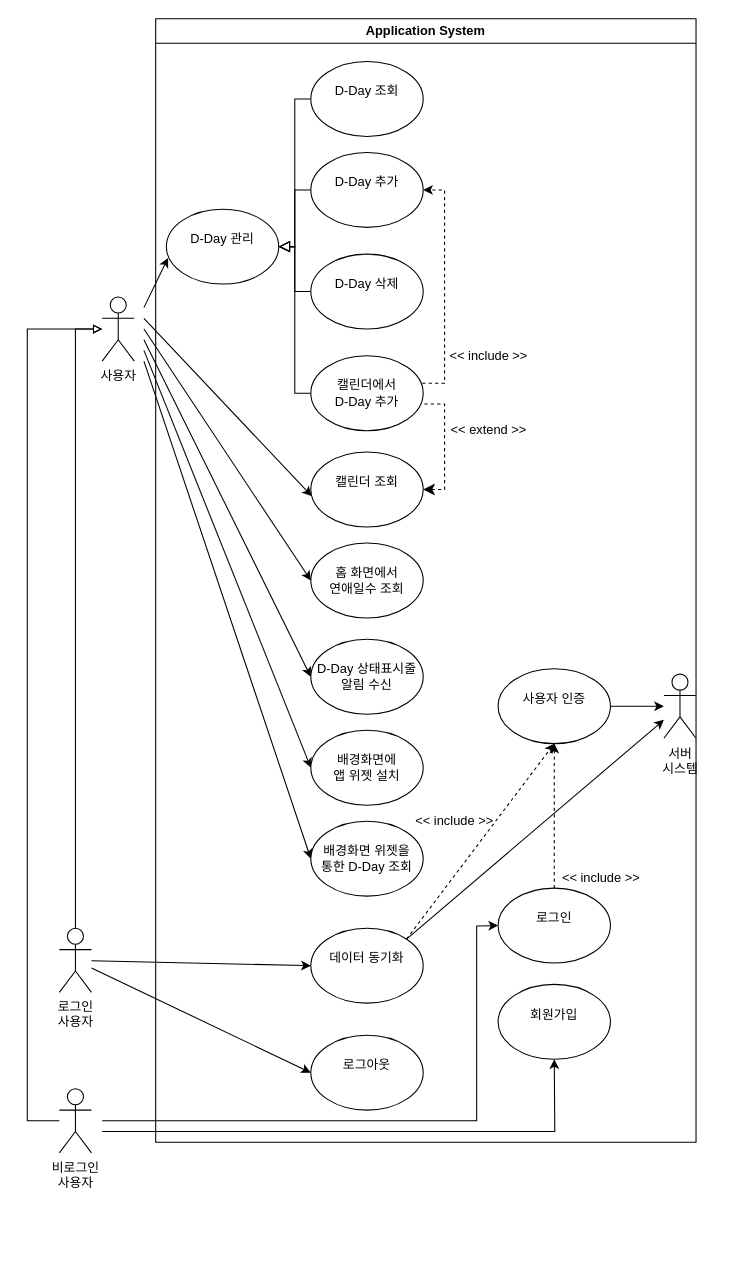
Above: use case diagram.drawio in baechuTree/softwareEngineering (draw.io), before the change. Source tidied: cells renumbered, new cells numbered last; positions are measured from the earlier drawing's top-left corner, leaving out a move shared by most shapes. Both pictures are drawn from the tidied source at 107%, with x=0, y=0 at pixel (27, 18).
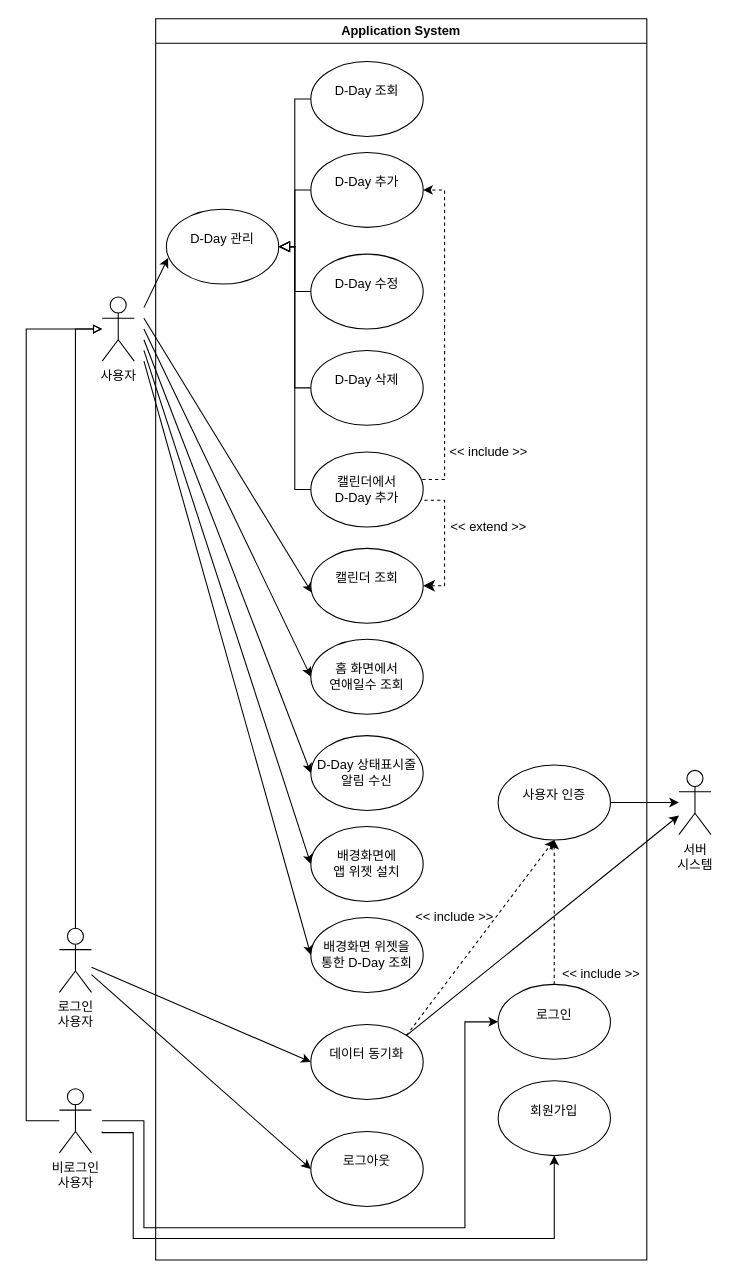
The same diagram, later.

Unchanged cells that the change refers to:
```xml
<mxCell id="2" value="&lt;div&gt;사용자&lt;/div&gt;" style="shape=umlActor;verticalLabelPosition=bottom;verticalAlign=top;html=1;outlineConnect=0;" parent="1" vertex="1">
  <mxGeometry x="70" y="260" width="30" height="60" as="geometry" />
</mxCell>
<mxCell id="6" value="&lt;div&gt;&lt;br&gt;&lt;/div&gt;&lt;div&gt;&lt;span style=&quot;background-color: transparent; color: light-dark(rgb(0, 0, 0), rgb(255, 255, 255));&quot;&gt;D-Day 관리&lt;/span&gt;&lt;/div&gt;" style="ellipse;whiteSpace=wrap;html=1;verticalAlign=top;align=center;" parent="4" vertex="1">
  <mxGeometry x="10" y="178" width="105" height="70" as="geometry" />
</mxCell>
<mxCell id="13" value="&lt;div&gt;&lt;br&gt;&lt;/div&gt;&lt;div&gt;&lt;span style=&quot;background-color: transparent; color: light-dark(rgb(0, 0, 0), rgb(255, 255, 255));&quot;&gt;D-Day 추가&lt;/span&gt;&lt;/div&gt;" style="ellipse;whiteSpace=wrap;html=1;verticalAlign=top;align=center;" parent="4" vertex="1">
  <mxGeometry x="145" y="125" width="105" height="70" as="geometry" />
</mxCell>
<mxCell id="19" value="비로그인&lt;div&gt;사용자&lt;/div&gt;" style="shape=umlActor;verticalLabelPosition=bottom;verticalAlign=top;html=1;outlineConnect=0;direction=east;" parent="4" vertex="1">
  <mxGeometry x="-90" y="1000" width="30" height="60" as="geometry" />
</mxCell>
<mxCell id="36" value="&lt;div&gt;로그인&lt;/div&gt;&lt;div&gt;사용자&lt;/div&gt;" style="shape=umlActor;verticalLabelPosition=bottom;verticalAlign=top;html=1;outlineConnect=0;" parent="4" vertex="1">
  <mxGeometry x="-90" y="850" width="30" height="60" as="geometry" />
</mxCell>
```

What changed in the source:
```diff
@@
     <mxCell id="4" value="Application System" style="swimlane;whiteSpace=wrap;html=1;" parent="1" vertex="1">
-      <mxGeometry x="120" width="505" height="1050" as="geometry" />
+      <mxGeometry x="120" width="459" height="1160" as="geometry" />
     </mxCell>
     <mxCell id="5" value="&amp;lt;&amp;lt; extend &amp;gt;&amp;gt;" style="text;html=1;align=center;verticalAlign=middle;strokeColor=none;fillColor=none;" parent="4" vertex="1">
-      <mxGeometry x="266" y="370" width="90" height="30" as="geometry" />
+      <mxGeometry x="266" y="460" width="90" height="30" as="geometry" />
     </mxCell>
@@
     <mxCell id="11" value="&amp;lt;&amp;lt; include &amp;gt;&amp;gt;" style="text;html=1;align=center;verticalAlign=middle;strokeColor=none;fillColor=none;" parent="4" vertex="1">
-      <mxGeometry x="261" y="300" width="100" height="30" as="geometry" />
+      <mxGeometry x="261" y="390" width="100" height="30" as="geometry" />
     </mxCell>
     <mxCell id="12" value="&lt;div&gt;&lt;br&gt;&lt;/div&gt;&lt;div&gt;캘린더에서&lt;/div&gt;&lt;div&gt;D-Day 추가&lt;/div&gt;" style="ellipse;whiteSpace=wrap;html=1;verticalAlign=top;align=center;" parent="4" vertex="1">
-      <mxGeometry x="145" y="315" width="105" height="70" as="geometry" />
+      <mxGeometry x="145" y="405" width="105" height="70" as="geometry" />
     </mxCell>
@@
     <mxCell id="14" style="endArrow=classic;html=1;rounded=0;exitX=0.992;exitY=0.367;exitDx=0;exitDy=0;entryX=1;entryY=0.5;entryDx=0;entryDy=0;dashed=1;edgeStyle=orthogonalEdgeStyle;exitPerimeter=0;" parent="4" edge="1" source="12" target="13">
       <mxGeometry relative="1" as="geometry">
         <Array as="points">
-          <mxPoint x="270" y="341" />
+          <mxPoint x="270" y="431" />
           <mxPoint x="270" y="160" />
         </Array>
       </mxGeometry>
     </mxCell>
@@
     <mxCell id="16" value="&lt;div&gt;&lt;br&gt;&lt;/div&gt;&lt;div&gt;캘린더 조회&lt;/div&gt;" style="ellipse;whiteSpace=wrap;html=1;verticalAlign=top;align=center;" parent="4" vertex="1">
-      <mxGeometry x="145" y="405" width="105" height="70" as="geometry" />
+      <mxGeometry x="145" y="495" width="105" height="70" as="geometry" />
     </mxCell>
     <mxCell id="17" value="&lt;div&gt;&lt;br&gt;&lt;/div&gt;&lt;div&gt;&lt;span style=&quot;background-color: transparent; color: light-dark(rgb(0, 0, 0), rgb(255, 255, 255));&quot;&gt;D-Day 삭제&lt;/span&gt;&lt;/div&gt;" style="ellipse;whiteSpace=wrap;html=1;verticalAlign=top;align=center;" parent="4" vertex="1">
-      <mxGeometry x="145" y="220" width="105" height="70" as="geometry" />
+      <mxGeometry x="145" y="310" width="105" height="70" as="geometry" />
     </mxCell>
     <mxCell id="18" style="endArrow=none;html=1;rounded=0;fontSize=12;startSize=8;endSize=8;exitX=1;exitY=0.5;exitDx=0;exitDy=0;startArrow=classic;startFill=1;dashed=1;edgeStyle=orthogonalEdgeStyle;" parent="4" edge="1" source="16" target="12">
       <mxGeometry relative="1" as="geometry">
         <Array as="points">
-          <mxPoint x="270" y="440" />
-          <mxPoint x="270" y="360" />
+          <mxPoint x="270" y="530" />
+          <mxPoint x="270" y="450" />
         </Array>
       </mxGeometry>
     </mxCell>
@@
-    <mxCell id="20" style="endArrow=classic;html=1;rounded=0;entryX=0.5;entryY=1;entryDx=0;entryDy=0;" parent="4" edge="1" target="23">
+    <mxCell id="20" style="endArrow=classic;html=1;rounded=0;entryX=0.5;entryY=1;entryDx=0;entryDy=0;edgeStyle=orthogonalEdgeStyle;" parent="4" edge="1" target="23">
       <mxGeometry relative="1" as="geometry">
         <mxPoint x="-50" y="1040" as="sourcePoint" />
         <Array as="points">
-          <mxPoint x="373" y="1040" />
+          <mxPoint x="-21" y="1041" />
+          <mxPoint x="-21" y="1140" />
+          <mxPoint x="372" y="1140" />
         </Array>
       </mxGeometry>
     </mxCell>
     <mxCell id="21" value="&amp;lt;&amp;lt; include &amp;gt;&amp;gt;" style="text;html=1;align=center;verticalAlign=middle;strokeColor=none;fillColor=none;" parent="4" vertex="1">
-      <mxGeometry x="229" y="735" width="100" height="30" as="geometry" />
+      <mxGeometry x="229" y="825" width="100" height="30" as="geometry" />
     </mxCell>
     <mxCell id="22" value="&amp;lt;&amp;lt; include &amp;gt;&amp;gt;" style="text;html=1;align=center;verticalAlign=middle;strokeColor=none;fillColor=none;" parent="4" vertex="1">
-      <mxGeometry x="366" y="787.5" width="100" height="30" as="geometry" />
+      <mxGeometry x="366" y="877.5" width="100" height="30" as="geometry" />
     </mxCell>
     <mxCell id="23" value="&lt;br&gt;&lt;div&gt;회원가입&lt;/div&gt;" style="ellipse;whiteSpace=wrap;html=1;verticalAlign=top;align=center;" parent="4" vertex="1">
-      <mxGeometry x="320" y="902.5" width="105" height="70" as="geometry" />
+      <mxGeometry x="320" y="992.5" width="105" height="70" as="geometry" />
     </mxCell>
     <mxCell id="24" value="&lt;div&gt;&lt;br&gt;&lt;/div&gt;&lt;div&gt;로그인&lt;/div&gt;" style="ellipse;whiteSpace=wrap;html=1;verticalAlign=top;align=center;" parent="4" vertex="1">
-      <mxGeometry x="320" y="812.5" width="105" height="70" as="geometry" />
+      <mxGeometry x="320" y="902.5" width="105" height="70" as="geometry" />
     </mxCell>
     <mxCell id="25" value="&lt;div&gt;&lt;br&gt;&lt;/div&gt;&lt;div&gt;사용자 인증&lt;/div&gt;" style="ellipse;whiteSpace=wrap;html=1;verticalAlign=top;align=center;" parent="4" vertex="1">
-      <mxGeometry x="320" y="607.5" width="105" height="70" as="geometry" />
+      <mxGeometry x="320" y="697.5" width="105" height="70" as="geometry" />
     </mxCell>
@@
     <mxCell id="27" value="&lt;div&gt;&lt;br&gt;&lt;/div&gt;&lt;div&gt;데이터 동기화&lt;/div&gt;" style="ellipse;whiteSpace=wrap;html=1;verticalAlign=top;align=center;" parent="4" vertex="1">
-      <mxGeometry x="145" y="850" width="105" height="70" as="geometry" />
+      <mxGeometry x="145" y="940" width="105" height="70" as="geometry" />
     </mxCell>
@@
     <mxCell id="29" value="&lt;div&gt;&lt;br&gt;&lt;/div&gt;로그아웃" style="ellipse;whiteSpace=wrap;html=1;verticalAlign=top;align=center;" parent="4" vertex="1">
-      <mxGeometry x="145" y="950" width="105" height="70" as="geometry" />
+      <mxGeometry x="145" y="1040" width="105" height="70" as="geometry" />
     </mxCell>
     <mxCell id="30" value="&lt;br&gt;&lt;div&gt;배경화면 위젯을&lt;/div&gt;&lt;div&gt;통한 D-Day 조회&lt;/div&gt;" style="ellipse;whiteSpace=wrap;html=1;verticalAlign=top;align=center;" parent="4" vertex="1">
-      <mxGeometry x="145" y="750" width="105" height="70" as="geometry" />
+      <mxGeometry x="145" y="840" width="105" height="70" as="geometry" />
     </mxCell>
     <mxCell id="31" value="&lt;br&gt;&lt;div&gt;D-Day 상태표시줄&lt;/div&gt;&lt;div&gt;알림 수신&lt;/div&gt;" style="ellipse;whiteSpace=wrap;html=1;verticalAlign=top;align=center;" parent="4" vertex="1">
-      <mxGeometry x="145" y="580" width="105" height="70" as="geometry" />
+      <mxGeometry x="145" y="670" width="105" height="70" as="geometry" />
     </mxCell>
     <mxCell id="32" value="&lt;br&gt;&lt;div&gt;배경화면에&lt;/div&gt;&lt;div&gt;앱 위젯 설치&lt;/div&gt;" style="ellipse;whiteSpace=wrap;html=1;verticalAlign=top;align=center;" parent="4" vertex="1">
-      <mxGeometry x="145" y="665" width="105" height="70" as="geometry" />
+      <mxGeometry x="145" y="755" width="105" height="70" as="geometry" />
     </mxCell>
-    <mxCell id="33" value="서버&lt;div&gt;시스템&lt;/div&gt;" style="shape=umlActor;verticalLabelPosition=bottom;verticalAlign=top;html=1;outlineConnect=0;" parent="4" vertex="1">
-      <mxGeometry x="475" y="612.5" width="30" height="60" as="geometry" />
-    </mxCell>
-    <mxCell id="34" style="endArrow=classic;html=1;rounded=0;exitX=1;exitY=0;exitDx=0;exitDy=0;" parent="4" edge="1" source="27" target="33">
-      <mxGeometry relative="1" as="geometry" />
-    </mxCell>
-    <mxCell id="35" style="endArrow=classic;html=1;rounded=0;exitX=1;exitY=0.5;exitDx=0;exitDy=0;" parent="4" edge="1" source="25" target="33">
-      <mxGeometry relative="1" as="geometry" />
-    </mxCell>
@@
-    <mxCell id="38" style="endArrow=classic;html=1;rounded=0;entryX=0;entryY=0.5;entryDx=0;entryDy=0;" parent="4" edge="1" target="24">
+    <mxCell id="38" style="endArrow=classic;html=1;rounded=0;entryX=0;entryY=0.5;entryDx=0;entryDy=0;edgeStyle=orthogonalEdgeStyle;" parent="4" edge="1" target="24">
       <mxGeometry relative="1" as="geometry">
         <mxPoint x="-50" y="1030" as="sourcePoint" />
         <Array as="points">
-          <mxPoint x="300" y="1030" />
-          <mxPoint x="300" y="848" />
+          <mxPoint x="-11" y="1030" />
+          <mxPoint x="-11" y="1130" />
+          <mxPoint x="289" y="1130" />
+          <mxPoint x="289" y="937" />
         </Array>
       </mxGeometry>
     </mxCell>
@@
     <mxCell id="40" value="&lt;div&gt;&lt;br&gt;&lt;/div&gt;&lt;div&gt;홈 화면에서&lt;/div&gt;&lt;div&gt;연애일수 조회&lt;/div&gt;" style="ellipse;whiteSpace=wrap;html=1;verticalAlign=top;align=center;" parent="4" vertex="1">
-      <mxGeometry x="145" y="490" width="105" height="70" as="geometry" />
+      <mxGeometry x="145" y="580" width="105" height="70" as="geometry" />
     </mxCell>
+    <mxCell id="48" value="&lt;div&gt;&lt;br&gt;&lt;/div&gt;&lt;div&gt;&lt;span style=&quot;background-color: transparent; color: light-dark(rgb(0, 0, 0), rgb(255, 255, 255));&quot;&gt;D-Day 수정&lt;/span&gt;&lt;/div&gt;" style="ellipse;whiteSpace=wrap;html=1;verticalAlign=top;align=center;" parent="4" vertex="1">
+      <mxGeometry x="145" y="220" width="105" height="70" as="geometry" />
+    </mxCell>
+    <mxCell id="49" style="edgeStyle=elbowEdgeStyle;elbow=horizontal;endArrow=block;html=1;curved=0;rounded=0;endSize=8;startSize=8;fontSize=12;exitX=0;exitY=0.5;exitDx=0;exitDy=0;entryX=1;entryY=0.5;entryDx=0;entryDy=0;endFill=0;" parent="4" edge="1" source="48" target="6">
+      <mxGeometry relative="1" as="geometry" />
+    </mxCell>
-    <mxCell id="41" style="endArrow=block;html=1;rounded=0;endFill=0;strokeWidth=1;" parent="1" edge="1" source="36">
+    <mxCell id="41" style="endArrow=block;html=1;rounded=0;endFill=0;strokeWidth=1;edgeStyle=orthogonalEdgeStyle;" parent="1" edge="1" source="36">
       <mxGeometry relative="1" as="geometry">
         <mxPoint x="70" y="290" as="targetPoint" />
         <Array as="points">
           <mxPoint x="45" y="290" />
         </Array>
       </mxGeometry>
     </mxCell>
-    <mxCell id="42" style="endArrow=block;html=1;rounded=0;endFill=0;strokeWidth=1;" parent="1" edge="1" source="19" target="2">
+    <mxCell id="42" style="endArrow=block;html=1;rounded=0;endFill=0;strokeWidth=1;edgeStyle=orthogonalEdgeStyle;" parent="1" edge="1" source="19" target="2">
       <mxGeometry relative="1" as="geometry">
         <Array as="points">
-          <mxPoint y="1030" />
-          <mxPoint y="290" />
+          <mxPoint x="-1" y="1030" />
+          <mxPoint x="-1" y="290" />
         </Array>
       </mxGeometry>
     </mxCell>
@@
+    <mxCell id="33" value="서버&lt;div&gt;시스템&lt;/div&gt;" style="shape=umlActor;verticalLabelPosition=bottom;verticalAlign=top;html=1;outlineConnect=0;" parent="1" vertex="1">
+      <mxGeometry x="609" y="702.5" width="30" height="60" as="geometry" />
+    </mxCell>
+    <mxCell id="34" style="endArrow=classic;html=1;rounded=0;exitX=1;exitY=0;exitDx=0;exitDy=0;" parent="1" edge="1" source="27" target="33">
+      <mxGeometry relative="1" as="geometry" />
+    </mxCell>
+    <mxCell id="35" style="endArrow=classic;html=1;rounded=0;exitX=1;exitY=0.5;exitDx=0;exitDy=0;" parent="1" edge="1" source="25" target="33">
+      <mxGeometry relative="1" as="geometry" />
+    </mxCell>
```
